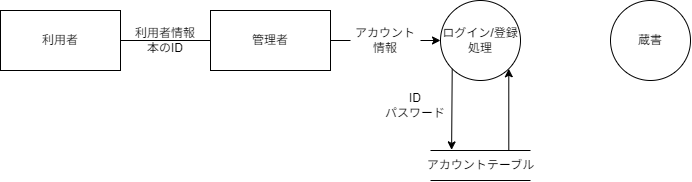
This is documents/diagrams/DFD_レベル2_蔵書管理.drawio.png from OMEGA-himajin/book_database, a draw.io export, as it was before one commit. Source tidied: cells renumbered, new cells last; positions are measured from the earlier drawing's top-left corner, leaving out a move shared by most shapes. Source of this version:
```xml
<mxGraphModel background="#ffffff">
  <root>
    <mxCell id="0" />
    <mxCell id="1" parent="0" />
    <mxCell id="2" style="edgeStyle=none;html=1;strokeColor=#000000;startArrow=none;" parent="1" edge="1" source="10">
      <mxGeometry relative="1" as="geometry">
        <mxPoint x="330" y="40" as="targetPoint" />
      </mxGeometry>
    </mxCell>
    <mxCell id="3" value="&lt;font color=&quot;#000000&quot;&gt;利用者&lt;/font&gt;" style="rounded=0;whiteSpace=wrap;html=1;fillColor=none;strokeColor=#000000;" parent="1" vertex="1">
      <mxGeometry y="10" width="120" height="60" as="geometry" />
    </mxCell>
    <mxCell id="4" value="&lt;font color=&quot;#000000&quot;&gt;利用者情報&lt;br&gt;本のID&lt;br&gt;&lt;/font&gt;" style="text;html=1;strokeColor=none;fillColor=none;align=center;verticalAlign=middle;whiteSpace=wrap;rounded=0;labelBackgroundColor=none;fontColor=#FFFFFF;" parent="1" vertex="1">
      <mxGeometry x="130" y="25" width="70" height="30" as="geometry" />
    </mxCell>
    <mxCell id="5" style="edgeStyle=none;html=1;exitX=0;exitY=1;exitDx=0;exitDy=0;entryX=0.211;entryY=-0.021;entryDx=0;entryDy=0;entryPerimeter=0;strokeColor=#000000;fontColor=#000000;" parent="1" edge="1" source="7" target="11">
      <mxGeometry relative="1" as="geometry" />
    </mxCell>
    <mxCell id="6" style="edgeStyle=none;html=1;exitX=0.783;exitY=-0.013;exitDx=0;exitDy=0;entryX=1;entryY=1;entryDx=0;entryDy=0;strokeColor=#000000;fontColor=#000000;exitPerimeter=0;" parent="1" edge="1" source="11" target="7">
      <mxGeometry relative="1" as="geometry" />
    </mxCell>
    <mxCell id="7" value="ログイン/登録&lt;br&gt;処理" style="ellipse;whiteSpace=wrap;html=1;labelBackgroundColor=none;fontColor=#000000;fillColor=none;strokeColor=#000000;" parent="1" vertex="1">
      <mxGeometry x="440" width="80" height="80" as="geometry" />
    </mxCell>
    <mxCell id="8" style="edgeStyle=none;html=1;entryX=0;entryY=0.5;entryDx=0;entryDy=0;strokeColor=#000000;startArrow=none;" parent="1" edge="1" source="14" target="7">
      <mxGeometry relative="1" as="geometry" />
    </mxCell>
    <mxCell id="9" style="edgeStyle=none;html=1;strokeColor=#000000;endArrow=none;" parent="1" edge="1" source="3" target="10">
      <mxGeometry relative="1" as="geometry" />
    </mxCell>
    <mxCell id="10" value="&lt;font color=&quot;#000000&quot;&gt;管理者&lt;/font&gt;" style="rounded=0;whiteSpace=wrap;html=1;fillColor=none;strokeColor=#000000;" parent="1" vertex="1">
      <mxGeometry x="210" y="10" width="120" height="60" as="geometry" />
    </mxCell>
    <mxCell id="11" value="&lt;font color=&quot;#000000&quot;&gt;アカウントテーブル&lt;/font&gt;" style="html=1;dashed=0;whitespace=wrap;shape=partialRectangle;right=0;left=0;labelBackgroundColor=#FFFFFF;fillColor=none;strokeColor=#000000;" parent="1" vertex="1">
      <mxGeometry x="430" y="150" width="100" height="30" as="geometry" />
    </mxCell>
    <mxCell id="12" value="&lt;font color=&quot;#000000&quot;&gt;ID&lt;br&gt;パスワード&lt;br&gt;&lt;/font&gt;" style="text;html=1;strokeColor=none;fillColor=none;align=center;verticalAlign=middle;whiteSpace=wrap;rounded=0;labelBackgroundColor=none;fontColor=#FFFFFF;" parent="1" vertex="1">
      <mxGeometry x="380" y="90" width="70" height="30" as="geometry" />
    </mxCell>
    <mxCell id="13" style="edgeStyle=none;html=1;entryX=0;entryY=0.5;entryDx=0;entryDy=0;strokeColor=#000000;endArrow=none;" parent="1" edge="1" source="10" target="14">
      <mxGeometry relative="1" as="geometry" />
    </mxCell>
    <mxCell id="14" value="&lt;font color=&quot;#000000&quot;&gt;アカウント情報&lt;br&gt;&lt;/font&gt;" style="text;html=1;strokeColor=none;fillColor=none;align=center;verticalAlign=middle;whiteSpace=wrap;rounded=0;labelBackgroundColor=none;fontColor=#FFFFFF;" parent="1" vertex="1">
      <mxGeometry x="350" y="25" width="70" height="30" as="geometry" />
    </mxCell>
    <mxCell id="15" value="蔵書" style="ellipse;whiteSpace=wrap;html=1;labelBackgroundColor=none;fontColor=#000000;fillColor=none;strokeColor=#000000;" parent="1" vertex="1">
      <mxGeometry x="610" width="80" height="80" as="geometry" />
    </mxCell>
  </root>
</mxGraphModel>
```
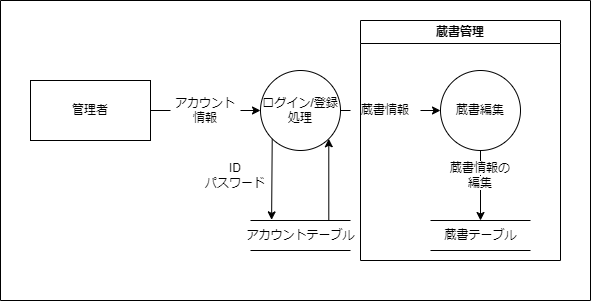
The same diagram one commit later.

Commit message:
doc: added DFD_level2_蔵書管理

Diff of the diagram source:
```diff
@@ -7,27 +7,21 @@
         <mxPoint x="330" y="40" as="targetPoint" />
       </mxGeometry>
     </mxCell>
-    <mxCell id="3" value="&lt;font color=&quot;#000000&quot;&gt;利用者&lt;/font&gt;" style="rounded=0;whiteSpace=wrap;html=1;fillColor=none;strokeColor=#000000;" parent="1" vertex="1">
-      <mxGeometry y="10" width="120" height="60" as="geometry" />
-    </mxCell>
-    <mxCell id="4" value="&lt;font color=&quot;#000000&quot;&gt;利用者情報&lt;br&gt;本のID&lt;br&gt;&lt;/font&gt;" style="text;html=1;strokeColor=none;fillColor=none;align=center;verticalAlign=middle;whiteSpace=wrap;rounded=0;labelBackgroundColor=none;fontColor=#FFFFFF;" parent="1" vertex="1">
-      <mxGeometry x="130" y="25" width="70" height="30" as="geometry" />
-    </mxCell>
     <mxCell id="5" style="edgeStyle=none;html=1;exitX=0;exitY=1;exitDx=0;exitDy=0;entryX=0.211;entryY=-0.021;entryDx=0;entryDy=0;entryPerimeter=0;strokeColor=#000000;fontColor=#000000;" parent="1" edge="1" source="7" target="11">
       <mxGeometry relative="1" as="geometry" />
     </mxCell>
     <mxCell id="6" style="edgeStyle=none;html=1;exitX=0.783;exitY=-0.013;exitDx=0;exitDy=0;entryX=1;entryY=1;entryDx=0;entryDy=0;strokeColor=#000000;fontColor=#000000;exitPerimeter=0;" parent="1" edge="1" source="11" target="7">
       <mxGeometry relative="1" as="geometry" />
     </mxCell>
+    <mxCell id="16" style="edgeStyle=none;html=1;entryX=0;entryY=0.5;entryDx=0;entryDy=0;strokeColor=#000000;startArrow=none;" parent="1" edge="1" source="20" target="18">
+      <mxGeometry relative="1" as="geometry" />
+    </mxCell>
     <mxCell id="7" value="ログイン/登録&lt;br&gt;処理" style="ellipse;whiteSpace=wrap;html=1;labelBackgroundColor=none;fontColor=#000000;fillColor=none;strokeColor=#000000;" parent="1" vertex="1">
       <mxGeometry x="440" width="80" height="80" as="geometry" />
     </mxCell>
     <mxCell id="8" style="edgeStyle=none;html=1;entryX=0;entryY=0.5;entryDx=0;entryDy=0;strokeColor=#000000;startArrow=none;" parent="1" edge="1" source="14" target="7">
       <mxGeometry relative="1" as="geometry" />
     </mxCell>
-    <mxCell id="9" style="edgeStyle=none;html=1;strokeColor=#000000;endArrow=none;" parent="1" edge="1" source="3" target="10">
-      <mxGeometry relative="1" as="geometry" />
-    </mxCell>
     <mxCell id="10" value="&lt;font color=&quot;#000000&quot;&gt;管理者&lt;/font&gt;" style="rounded=0;whiteSpace=wrap;html=1;fillColor=none;strokeColor=#000000;" parent="1" vertex="1">
       <mxGeometry x="210" y="10" width="120" height="60" as="geometry" />
     </mxCell>
@@ -43,8 +37,29 @@
     <mxCell id="14" value="&lt;font color=&quot;#000000&quot;&gt;アカウント情報&lt;br&gt;&lt;/font&gt;" style="text;html=1;strokeColor=none;fillColor=none;align=center;verticalAlign=middle;whiteSpace=wrap;rounded=0;labelBackgroundColor=none;fontColor=#FFFFFF;" parent="1" vertex="1">
       <mxGeometry x="350" y="25" width="70" height="30" as="geometry" />
     </mxCell>
-    <mxCell id="15" value="蔵書" style="ellipse;whiteSpace=wrap;html=1;labelBackgroundColor=none;fontColor=#000000;fillColor=none;strokeColor=#000000;" parent="1" vertex="1">
-      <mxGeometry x="610" width="80" height="80" as="geometry" />
-    </mxCell>
+    <mxCell id="17" style="edgeStyle=none;html=1;entryX=0.5;entryY=0;entryDx=0;entryDy=0;strokeColor=#000000;" parent="1" edge="1" source="18" target="21">
+      <mxGeometry relative="1" as="geometry" />
+    </mxCell>
+    <mxCell id="18" value="蔵書編集" style="ellipse;whiteSpace=wrap;html=1;labelBackgroundColor=none;fontColor=#000000;fillColor=none;strokeColor=#000000;" parent="1" vertex="1">
+      <mxGeometry x="620" width="80" height="80" as="geometry" />
+    </mxCell>
+    <mxCell id="19" style="edgeStyle=none;html=1;entryX=0;entryY=0.5;entryDx=0;entryDy=0;strokeColor=#000000;endArrow=none;" parent="1" edge="1" source="7" target="20">
+      <mxGeometry relative="1" as="geometry" />
+    </mxCell>
+    <mxCell id="20" value="&lt;font color=&quot;#000000&quot;&gt;蔵書情報&lt;br&gt;&lt;/font&gt;" style="text;html=1;strokeColor=none;fillColor=none;align=center;verticalAlign=middle;whiteSpace=wrap;rounded=0;labelBackgroundColor=none;fontColor=#FFFFFF;" parent="1" vertex="1">
+      <mxGeometry x="530" y="25" width="70" height="30" as="geometry" />
+    </mxCell>
+    <mxCell id="21" value="&lt;font color=&quot;#000000&quot;&gt;蔵書テーブル&lt;/font&gt;" style="html=1;dashed=0;whitespace=wrap;shape=partialRectangle;right=0;left=0;labelBackgroundColor=#FFFFFF;fillColor=none;strokeColor=#000000;" parent="1" vertex="1">
+      <mxGeometry x="610" y="150" width="100" height="30" as="geometry" />
+    </mxCell>
+    <mxCell id="22" value="&lt;font color=&quot;#000000&quot;&gt;&lt;span style=&quot;background-color: rgb(255, 255, 255);&quot;&gt;蔵書情報の編集&lt;/span&gt;&lt;br&gt;&lt;/font&gt;" style="text;html=1;strokeColor=none;fillColor=none;align=center;verticalAlign=middle;whiteSpace=wrap;rounded=0;labelBackgroundColor=none;fontColor=#FFFFFF;" parent="1" vertex="1">
+      <mxGeometry x="625" y="90" width="70" height="30" as="geometry" />
+    </mxCell>
+    <mxCell id="23" value="&lt;font color=&quot;#000000&quot;&gt;蔵書管理&lt;/font&gt;" style="swimlane;whiteSpace=wrap;html=1;labelBackgroundColor=#FFFFFF;fillColor=none;strokeColor=#000000;" parent="1" vertex="1">
+      <mxGeometry x="540" y="-50" width="200" height="240" as="geometry" />
+    </mxCell>
+    <mxCell id="24" style="swimlane;startSize=0;labelBackgroundColor=#FFFFFF;fontColor=#000000;fillColor=none;strokeColor=#000000;" parent="1" vertex="1">
+      <mxGeometry x="180" y="-70" width="590" height="300" as="geometry" />
+    </mxCell>
   </root>
 </mxGraphModel>
```
